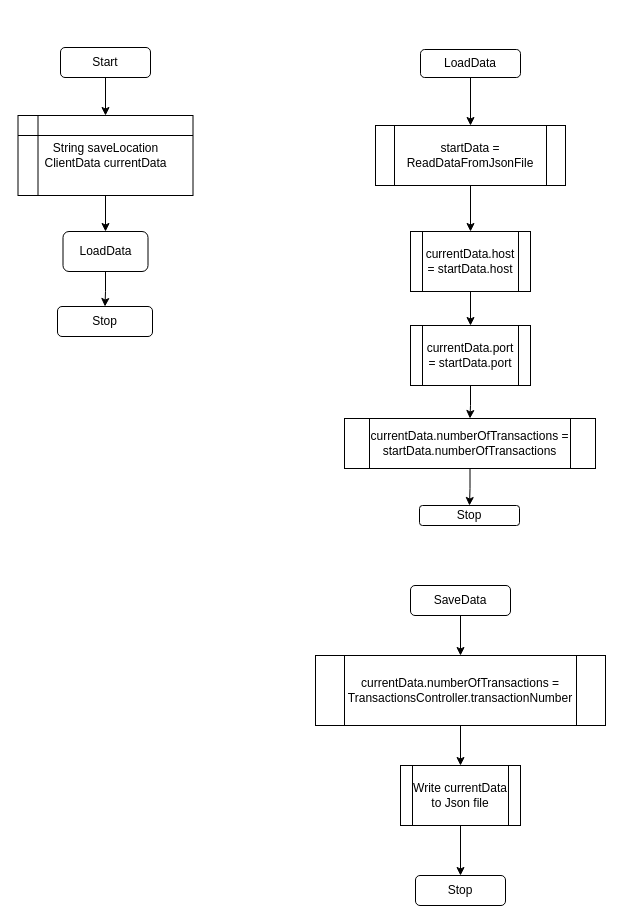
Earlier version of the draw.io diagram Flow diagrams/ClientSaveData.drawio (Z0mbie001/BabyyPos). Source tidied: cells renumbered, new cells numbered last; positions are measured from the earlier drawing's top-left corner, leaving out a move shared by most shapes. Both pictures are drawn from the tidied source at 100%, with x=0, y=0 at pixel (18, 47).
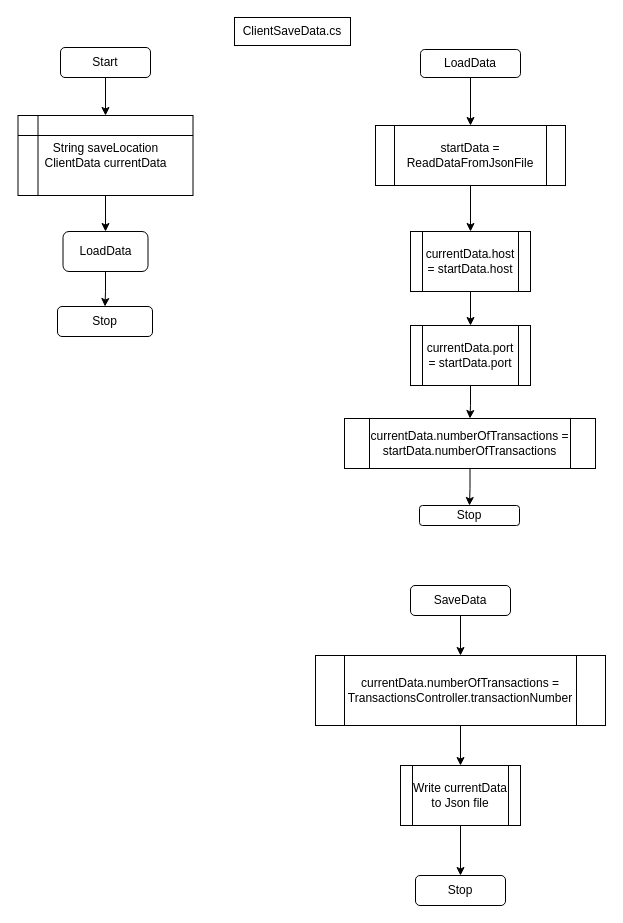
The same diagram, later.

Diff of the diagram source:
```diff
@@
+    <mxCell id="27" value="ClientSaveData.cs" style="rounded=0;whiteSpace=wrap;html=1;" parent="1" vertex="1">
+      <mxGeometry x="216" y="-30" width="116" height="28" as="geometry" />
+    </mxCell>
```
